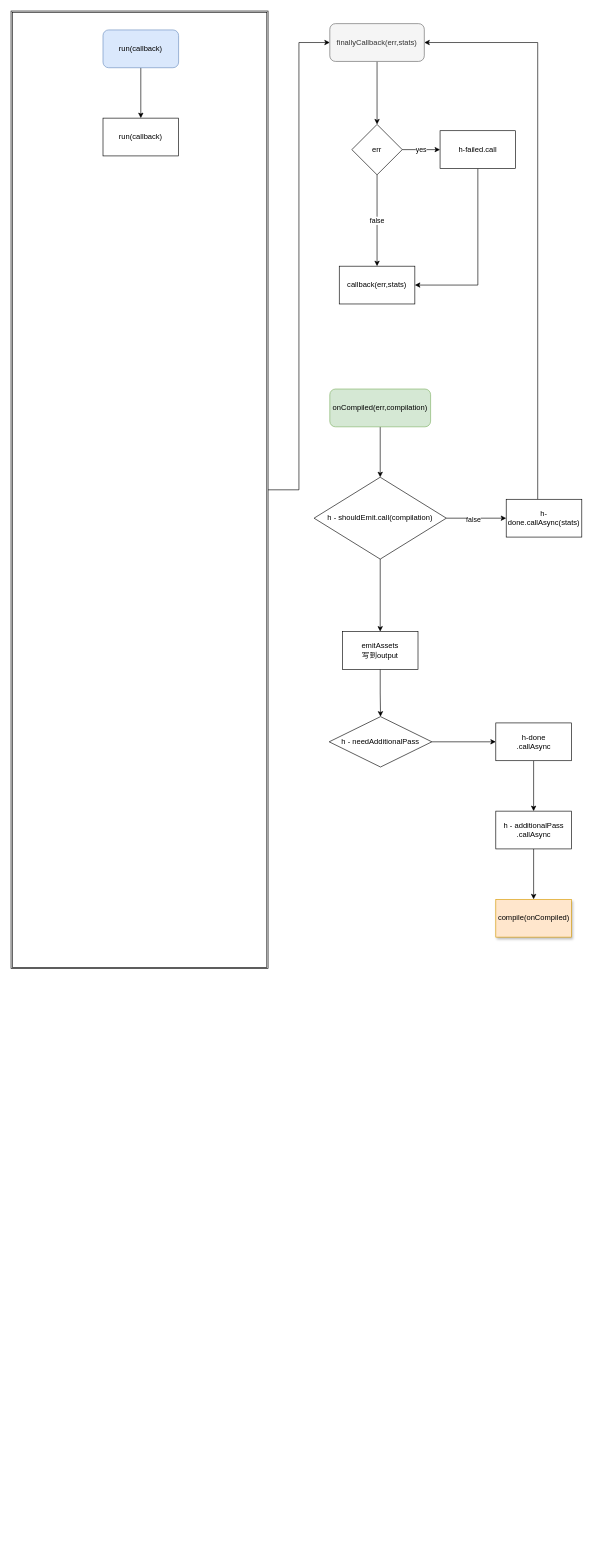
Before: draw.io/webpack.run.drawio in lightnoway/scratch, a draw.io diagram. Source tidied: cells renumbered, new cells numbered last; positions are measured from the earlier drawing's top-left corner, leaving out a move shared by most shapes. Both pictures are drawn from the tidied source at 63%, with x=0, y=0 at pixel (11, 11).
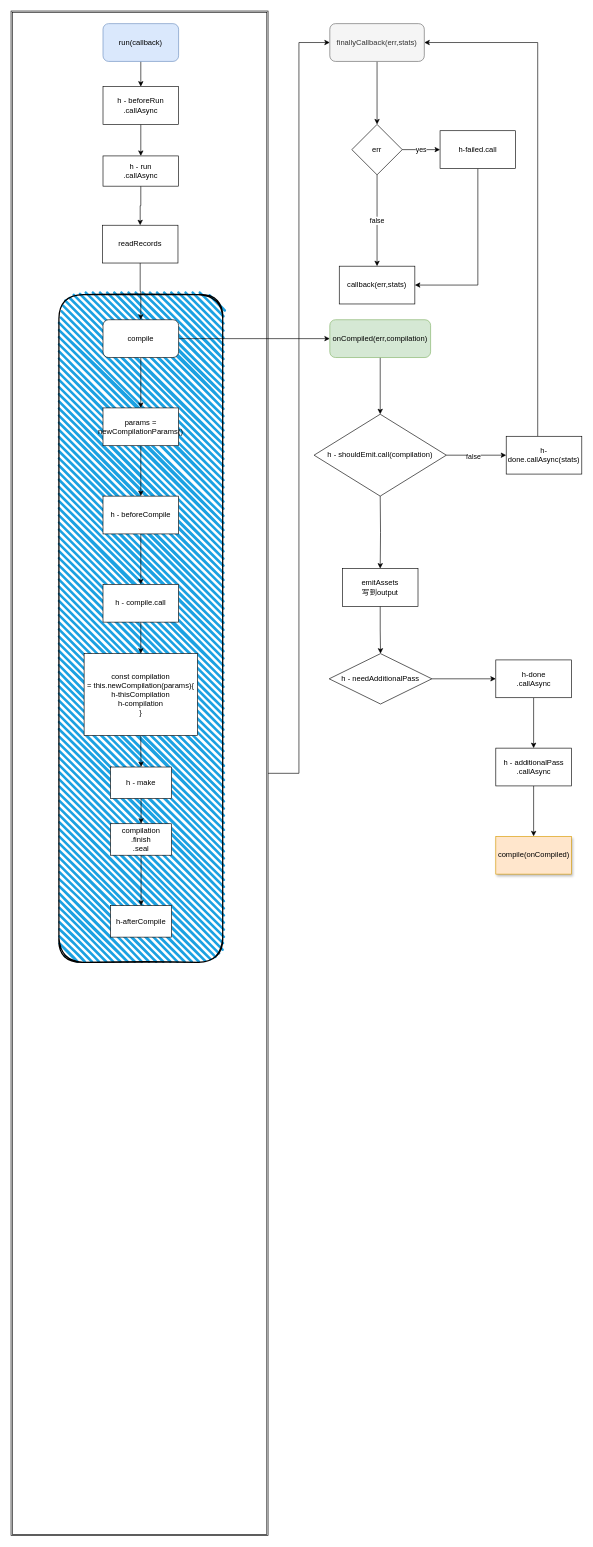
Above is the later version.

Change to the diagram source:
```diff
@@
     <mxCell id="2" style="shape=ext;double=1;whiteSpace=wrap;html=1;fillColor=none;" parent="1" vertex="1">
-      <mxGeometry width="408" height="1520" as="geometry" />
+      <mxGeometry width="408" height="2420" as="geometry" />
     </mxCell>
+    <mxCell id="32" style="rounded=1;whiteSpace=wrap;html=1;strokeWidth=2;fillWeight=4;hachureGap=8;hachureAngle=45;fillColor=#1ba1e2;sketch=1;" parent="1" vertex="1">
+      <mxGeometry x="76" y="450" width="260" height="1060" as="geometry" />
+    </mxCell>
@@
     <mxCell id="4" value="run(callback)" style="rounded=1;whiteSpace=wrap;html=1;sketch=0;fillColor=#dae8fc;strokeColor=#6c8ebf;" parent="1" vertex="1">
-      <mxGeometry x="146" y="30" width="120" height="60" as="geometry" />
+      <mxGeometry x="146" y="20" width="120" height="60" as="geometry" />
     </mxCell>
+    <mxCell id="33" style="edgeStyle=orthogonalEdgeStyle;rounded=0;jettySize=auto;html=1;" parent="1" edge="1" source="5" target="35">
+      <mxGeometry relative="1" as="geometry" />
+    </mxCell>
-    <mxCell id="5" value="run(callback)" style="rounded=0;whiteSpace=wrap;html=1;" parent="1" vertex="1">
-      <mxGeometry x="146" y="170" width="120" height="60" as="geometry" />
+    <mxCell id="5" value="h - beforeRun&lt;br&gt;.callAsync" style="rounded=0;whiteSpace=wrap;html=1;" parent="1" vertex="1">
+      <mxGeometry x="146" y="120" width="120" height="60" as="geometry" />
     </mxCell>
@@
-    <mxCell id="15" style="edgeStyle=orthogonalEdgeStyle;rounded=0;jettySize=auto;html=1;" parent="1" edge="1" source="16" target="20">
+    <mxCell id="15" style="edgeStyle=orthogonalEdgeStyle;rounded=0;jettySize=auto;html=1;entryX=0.5;entryY=0;entryDx=0;entryDy=0;" parent="1" edge="1" source="16" target="20">
       <mxGeometry relative="1" as="geometry" />
     </mxCell>
     <mxCell id="16" value="onCompiled(err,compilation)" style="rounded=1;whiteSpace=wrap;html=1;fillColor=#d5e8d4;strokeColor=#82b366;" parent="1" vertex="1">
-      <mxGeometry x="506" y="600" width="160" height="60" as="geometry" />
+      <mxGeometry x="506" y="490" width="160" height="60" as="geometry" />
     </mxCell>
@@
-    <mxCell id="19" style="edgeStyle=orthogonalEdgeStyle;rounded=0;jettySize=auto;html=1;" parent="1" edge="1" source="20" target="24">
-      <mxGeometry relative="1" as="geometry" />
+    <mxCell id="19" style="edgeStyle=orthogonalEdgeStyle;rounded=0;jettySize=auto;html=1;" parent="1" edge="1" target="24">
+      <mxGeometry relative="1" as="geometry">
+        <mxPoint x="586" y="770" as="sourcePoint" />
+      </mxGeometry>
     </mxCell>
     <mxCell id="20" value="h - shouldEmit.call(compilation)" style="rhombus;whiteSpace=wrap;html=1;rounded=0;" parent="1" vertex="1">
-      <mxGeometry x="481" y="740" width="210" height="130" as="geometry" />
+      <mxGeometry x="481" y="640" width="210" height="130" as="geometry" />
     </mxCell>
@@
     <mxCell id="22" value="h-done.callAsync(stats)" style="whiteSpace=wrap;html=1;rounded=0;" parent="1" vertex="1">
-      <mxGeometry x="786" y="775" width="120" height="60" as="geometry" />
+      <mxGeometry x="786" y="675" width="120" height="60" as="geometry" />
     </mxCell>
@@
     <mxCell id="24" value="emitAssets&lt;br&gt;写到output" style="whiteSpace=wrap;html=1;rounded=0;" parent="1" vertex="1">
-      <mxGeometry x="526" y="985" width="120" height="60" as="geometry" />
+      <mxGeometry x="526" y="885" width="120" height="60" as="geometry" />
     </mxCell>
@@
     <mxCell id="26" value="h - needAdditionalPass" style="rhombus;whiteSpace=wrap;html=1;rounded=0;" parent="1" vertex="1">
-      <mxGeometry x="505" y="1120" width="163" height="80" as="geometry" />
+      <mxGeometry x="505" y="1020" width="163" height="80" as="geometry" />
     </mxCell>
@@
     <mxCell id="28" value="h-done&lt;br&gt;.callAsync" style="whiteSpace=wrap;html=1;rounded=0;" parent="1" vertex="1">
-      <mxGeometry x="769.5" y="1130" width="120" height="60" as="geometry" />
+      <mxGeometry x="769.5" y="1030" width="120" height="60" as="geometry" />
     </mxCell>
@@
     <mxCell id="30" value="h - additionalPass&lt;br&gt;.callAsync" style="whiteSpace=wrap;html=1;rounded=0;" parent="1" vertex="1">
-      <mxGeometry x="769.5" y="1270" width="120" height="60" as="geometry" />
+      <mxGeometry x="769.5" y="1170" width="120" height="60" as="geometry" />
     </mxCell>
     <mxCell id="31" value="compile(onCompiled)" style="whiteSpace=wrap;html=1;rounded=0;shadow=1;fillColor=#ffe6cc;strokeColor=#d79b00;" parent="1" vertex="1">
-      <mxGeometry x="769.5" y="1410" width="120" height="60" as="geometry" />
+      <mxGeometry x="769.5" y="1310" width="120" height="60" as="geometry" />
     </mxCell>
+    <mxCell id="34" style="edgeStyle=orthogonalEdgeStyle;rounded=0;jettySize=auto;html=1;" parent="1" edge="1" source="35" target="37">
+      <mxGeometry relative="1" as="geometry" />
+    </mxCell>
+    <mxCell id="35" value="h - run&lt;br&gt;.callAsync" style="rounded=0;whiteSpace=wrap;html=1;" parent="1" vertex="1">
+      <mxGeometry x="146" y="230" width="120" height="48" as="geometry" />
+    </mxCell>
+    <mxCell id="36" style="edgeStyle=orthogonalEdgeStyle;rounded=0;jettySize=auto;html=1;" parent="1" edge="1" source="37" target="40">
+      <mxGeometry relative="1" as="geometry" />
+    </mxCell>
+    <mxCell id="37" value="readRecords" style="rounded=0;whiteSpace=wrap;html=1;" parent="1" vertex="1">
+      <mxGeometry x="145" y="340" width="120" height="60" as="geometry" />
+    </mxCell>
+    <mxCell id="38" style="edgeStyle=orthogonalEdgeStyle;rounded=0;jettySize=auto;html=1;" parent="1" edge="1" source="40" target="42">
+      <mxGeometry relative="1" as="geometry" />
+    </mxCell>
+    <mxCell id="39" style="edgeStyle=orthogonalEdgeStyle;rounded=0;jettySize=auto;html=1;entryX=0;entryY=0.5;entryDx=0;entryDy=0;" parent="1" edge="1" source="40" target="16">
+      <mxGeometry relative="1" as="geometry" />
+    </mxCell>
+    <mxCell id="40" value="compile" style="rounded=1;whiteSpace=wrap;html=1;" parent="1" vertex="1">
+      <mxGeometry x="146" y="490" width="120" height="60" as="geometry" />
+    </mxCell>
+    <mxCell id="41" style="edgeStyle=orthogonalEdgeStyle;rounded=0;jettySize=auto;html=1;" parent="1" edge="1" source="42" target="44">
+      <mxGeometry relative="1" as="geometry" />
+    </mxCell>
+    <mxCell id="42" value="params = newCompilationParams()" style="rounded=0;whiteSpace=wrap;html=1;" parent="1" vertex="1">
+      <mxGeometry x="146" y="630" width="120" height="60" as="geometry" />
+    </mxCell>
+    <mxCell id="43" style="edgeStyle=orthogonalEdgeStyle;rounded=0;jettySize=auto;html=1;" parent="1" edge="1" source="44" target="46">
+      <mxGeometry relative="1" as="geometry" />
+    </mxCell>
+    <mxCell id="44" value="h - beforeCompile" style="rounded=0;whiteSpace=wrap;html=1;" parent="1" vertex="1">
+      <mxGeometry x="146" y="770" width="120" height="60" as="geometry" />
+    </mxCell>
+    <mxCell id="45" style="edgeStyle=orthogonalEdgeStyle;rounded=0;jettySize=auto;html=1;" parent="1" edge="1" source="46" target="48">
+      <mxGeometry relative="1" as="geometry" />
+    </mxCell>
+    <mxCell id="46" value="h - compile.call" style="rounded=0;whiteSpace=wrap;html=1;" parent="1" vertex="1">
+      <mxGeometry x="146" y="910" width="120" height="60" as="geometry" />
+    </mxCell>
+    <mxCell id="47" style="edgeStyle=orthogonalEdgeStyle;rounded=0;jettySize=auto;html=1;" parent="1" edge="1" source="48" target="50">
+      <mxGeometry relative="1" as="geometry" />
+    </mxCell>
+    <mxCell id="48" value="const compilation &lt;br&gt;= this.newCompilation(params){&lt;br&gt;h-thisCompilation&lt;br&gt;h-compilation&lt;br&gt;}" style="rounded=0;whiteSpace=wrap;html=1;" parent="1" vertex="1">
+      <mxGeometry x="116" y="1020" width="180" height="130" as="geometry" />
+    </mxCell>
+    <mxCell id="49" style="edgeStyle=orthogonalEdgeStyle;rounded=0;jettySize=auto;html=1;" parent="1" edge="1" source="50" target="52">
+      <mxGeometry relative="1" as="geometry" />
+    </mxCell>
+    <mxCell id="50" value="h - make" style="rounded=0;whiteSpace=wrap;html=1;" parent="1" vertex="1">
+      <mxGeometry x="158" y="1200" width="96.9" height="50" as="geometry" />
+    </mxCell>
+    <mxCell id="51" style="edgeStyle=orthogonalEdgeStyle;rounded=0;jettySize=auto;html=1;" parent="1" edge="1" source="52" target="53">
+      <mxGeometry relative="1" as="geometry" />
+    </mxCell>
+    <mxCell id="52" value="compilation&lt;br&gt;.finish&lt;br&gt;.seal" style="rounded=0;whiteSpace=wrap;html=1;" parent="1" vertex="1">
+      <mxGeometry x="158" y="1290" width="96.9" height="50" as="geometry" />
+    </mxCell>
+    <mxCell id="53" value="h-afterCompile" style="rounded=0;whiteSpace=wrap;html=1;" parent="1" vertex="1">
+      <mxGeometry x="158" y="1420" width="96.9" height="50" as="geometry" />
+    </mxCell>
```
